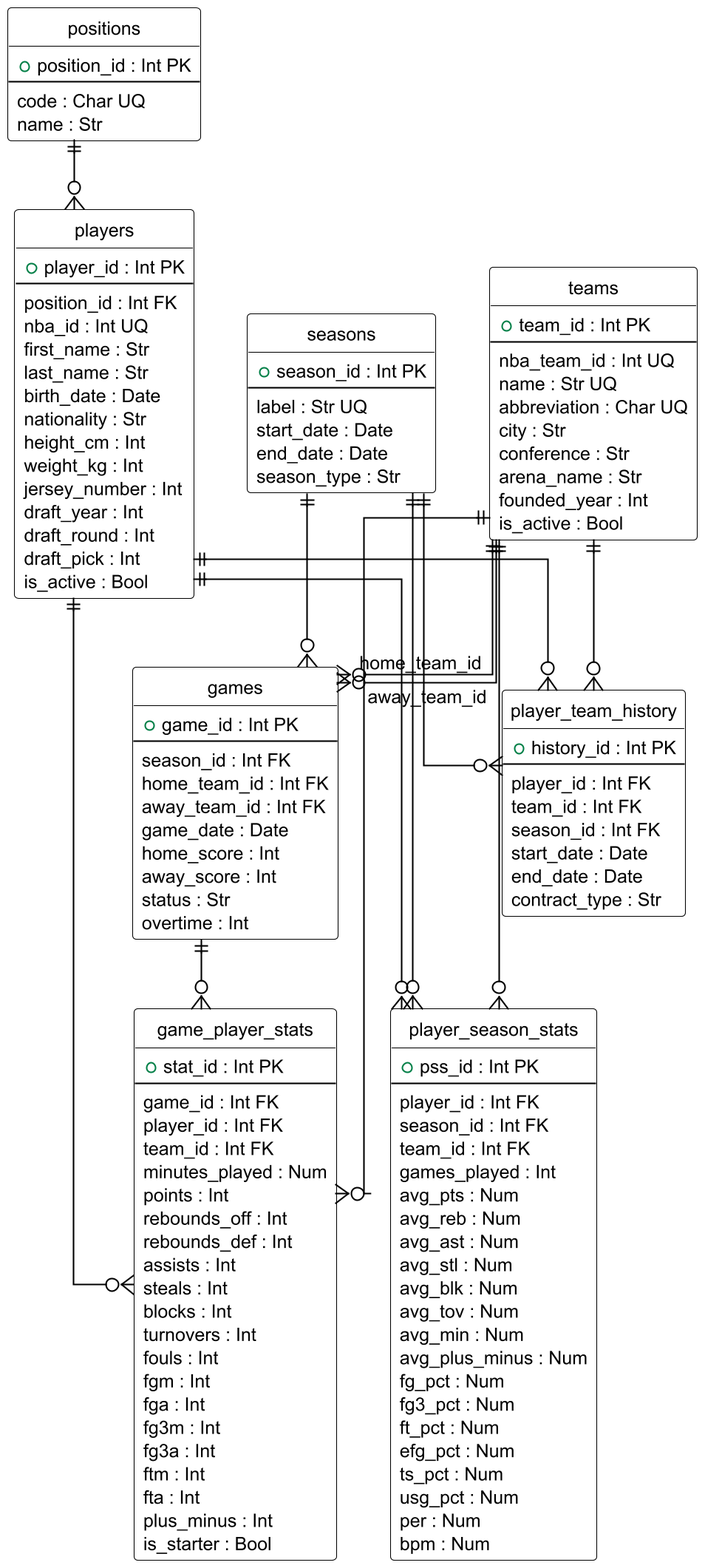
Before: img/relational_schema.png, a diagram exported from PlantUML (uBaxa0IQ/BD_Coursework). Its source is kept beside it as img/relational_schema.puml.
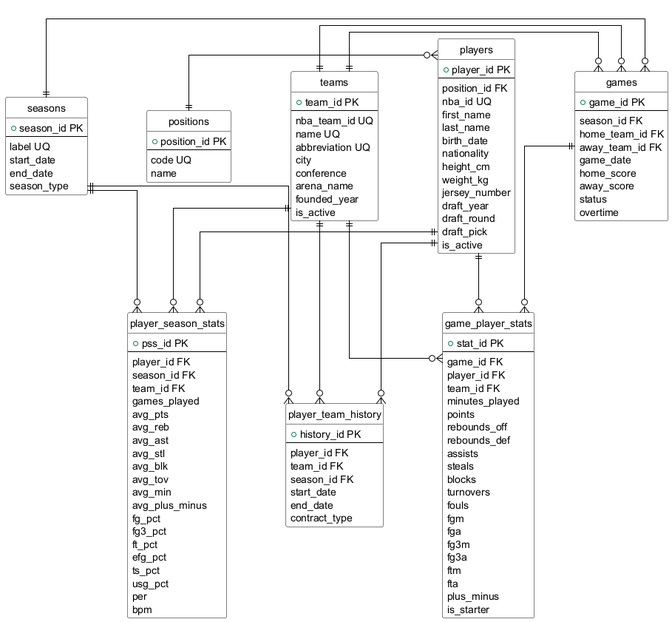
Above is the later version.

Change to the diagram source:
```diff
@@ -1,12 +1,12 @@
 @startuml relational_schema
-top to bottom direction
 hide circle
 skinparam linetype ortho
-skinparam defaultFontSize 12
+skinparam defaultFontSize 14
 skinparam shadowing false
 skinparam roundcorner 5
-skinparam nodesep 35
-skinparam ranksep 45
+
+skinparam nodesep 80
+skinparam ranksep 80
 
 skinparam class {
   BackgroundColor White
@@ -15,153 +15,140 @@
 }
 
 entity "positions" {
-  + position_id : Int PK
+  + position_id PK
   --
-  code : Char UQ
-  name : Str
+  code UQ
+  name
 }
 
 entity "seasons" {
-  + season_id : Int PK
+  + season_id PK
   --
-  label : Str UQ
-  start_date : Date
-  end_date : Date
-  season_type : Str
+  label UQ
+  start_date
+  end_date
+  season_type
 }
 
 entity "teams" {
-  + team_id : Int PK
+  + team_id PK
   --
-  nba_team_id : Int UQ
-  name : Str UQ
-  abbreviation : Char UQ
-  city : Str
-  conference : Str
-  arena_name : Str
-  founded_year : Int
-  is_active : Bool
+  nba_team_id UQ
+  name UQ
+  abbreviation UQ
+  city
+  conference
+  arena_name
+  founded_year
+  is_active
 }
 
 entity "players" {
-  + player_id : Int PK
+  + player_id PK
   --
-  position_id : Int FK
-  nba_id : Int UQ
-  first_name : Str
-  last_name : Str
-  birth_date : Date
-  nationality : Str
-  height_cm : Int
-  weight_kg : Int
-  jersey_number : Int
-  draft_year : Int
-  draft_round : Int
-  draft_pick : Int
-  is_active : Bool
+  position_id FK
+  nba_id UQ
+  first_name
+  last_name
+  birth_date
+  nationality
+  height_cm
+  weight_kg
+  jersey_number
+  draft_year
+  draft_round
+  draft_pick
+  is_active
 }
 
 entity "games" {
-  + game_id : Int PK
+  + game_id PK
   --
-  season_id : Int FK
-  home_team_id : Int FK
-  away_team_id : Int FK
-  game_date : Date
-  home_score : Int
-  away_score : Int
-  status : Str
-  overtime : Int
+  season_id FK
+  home_team_id FK
+  away_team_id FK
+  game_date
+  home_score
+  away_score
+  status
+  overtime
 }
 
 entity "game_player_stats" {
-  + stat_id : Int PK
+  + stat_id PK
   --
-  game_id : Int FK
-  player_id : Int FK
-  team_id : Int FK
-  minutes_played : Num
-  points : Int
-  rebounds_off : Int
-  rebounds_def : Int
-  assists : Int
-  steals : Int
-  blocks : Int
-  turnovers : Int
-  fouls : Int
-  fgm : Int
-  fga : Int
-  fg3m : Int
-  fg3a : Int
-  ftm : Int
-  fta : Int
-  plus_minus : Int
-  is_starter : Bool
+  game_id FK
+  player_id FK
+  team_id FK
+  minutes_played
+  points
+  rebounds_off
+  rebounds_def
+  assists
+  steals
+  blocks
+  turnovers
+  fouls
+  fgm
+  fga
+  fg3m
+  fg3a
+  ftm
+  fta
+  plus_minus
+  is_starter
 }
 
 entity "player_season_stats" {
-  + pss_id : Int PK
+  + pss_id PK
   --
-  player_id : Int FK
-  season_id : Int FK
-  team_id : Int FK
-  games_played : Int
-  avg_pts : Num
-  avg_reb : Num
-  avg_ast : Num
-  avg_stl : Num
-  avg_blk : Num
-  avg_tov : Num
-  avg_min : Num
-  avg_plus_minus : Num
-  fg_pct : Num
-  fg3_pct : Num
-  ft_pct : Num
-  efg_pct : Num
-  ts_pct : Num
-  usg_pct : Num
-  per : Num
-  bpm : Num
+  player_id FK
+  season_id FK
+  team_id FK
+  games_played
+  avg_pts
+  avg_reb
+  avg_ast
+  avg_stl
+  avg_blk
+  avg_tov
+  avg_min
+  avg_plus_minus
+  fg_pct
+  fg3_pct
+  ft_pct
+  efg_pct
+  ts_pct
+  usg_pct
+  per
+  bpm
 }
 
 entity "player_team_history" {
-  + history_id : Int PK
+  + history_id PK
   --
-  player_id : Int FK
-  team_id : Int FK
-  season_id : Int FK
-  start_date : Date
-  end_date : Date
-  contract_type : Str
+  player_id FK
+  team_id FK
+  season_id FK
+  start_date
+  end_date
+  contract_type
 }
 
-positions -[hidden]right- seasons
-seasons -[hidden]right- teams
-players -[hidden]right- games
-games -[hidden]right- player_team_history
-game_player_stats -[hidden]right- player_season_stats
+positions ||-right-o{ players : ""
+players ||-right-o{ player_team_history : ""
+players ||-down-o{ game_player_stats : ""
+players ||-down-o{ player_season_stats : ""
 
-positions -[hidden]down- players
-seasons -[hidden]down- games
-teams -[hidden]down- player_team_history
-games -[hidden]down- game_player_stats
-player_team_history -[hidden]down- player_season_stats
+teams ||-right-o{ games : ""
+teams ||-right-o{ games : ""
+teams ||-down-o{ game_player_stats : ""
+teams ||-down-o{ player_season_stats : ""
+teams ||-down-o{ player_team_history : ""
 
-positions ||--o{ players
-players ||--o{ player_team_history
-players ||--o{ game_player_stats
-players ||--o{ player_season_stats
-
-teams ||--o{ games : home_team_id
-teams ||--o{ games : away_team_id
-teams ||--o{ game_player_stats
-teams ||--o{ player_season_stats
-teams ||--o{ player_team_history
-
-seasons ||--o{ games
-seasons ||--o{ player_season_stats
-seasons ||--o{ player_team_history
-
-games ||--o{ game_player_stats
+seasons ||-right-o{ games : ""
+seasons ||-down-o{ player_season_stats : ""
+seasons ||-down-o{ player_team_history : ""
+games ||-down-o{ game_player_stats : ""
 
 @enduml
```
